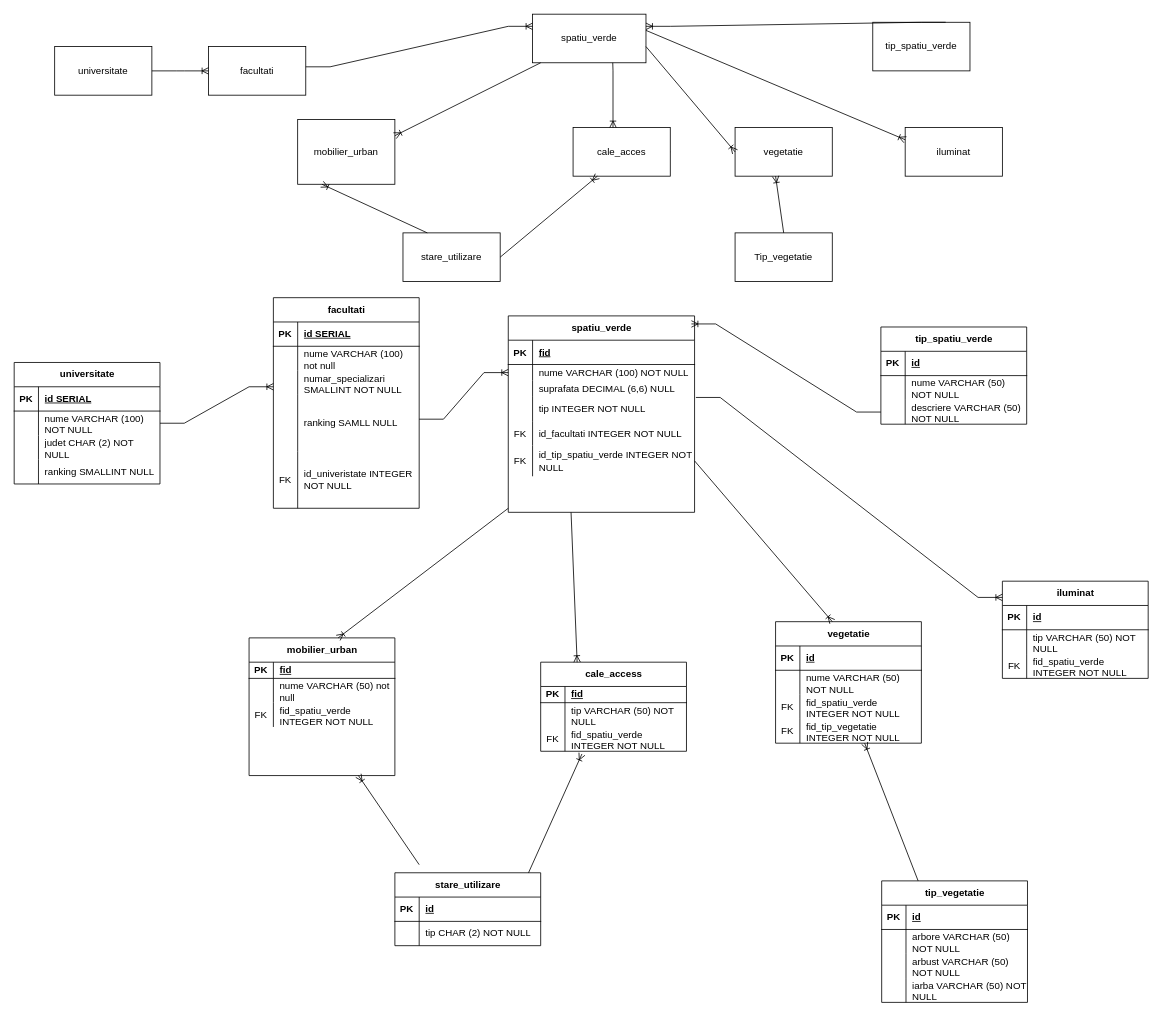
Above: Diagramă fără titlu.drawio in andromeda1991/first_db_project (draw.io), before the change. Source tidied: cells renumbered, new cells numbered last; positions are measured from the earlier drawing's top-left corner, leaving out a move shared by most shapes. Both pictures are drawn from the tidied source at 81%, with x=0, y=0 at pixel (14, 14).
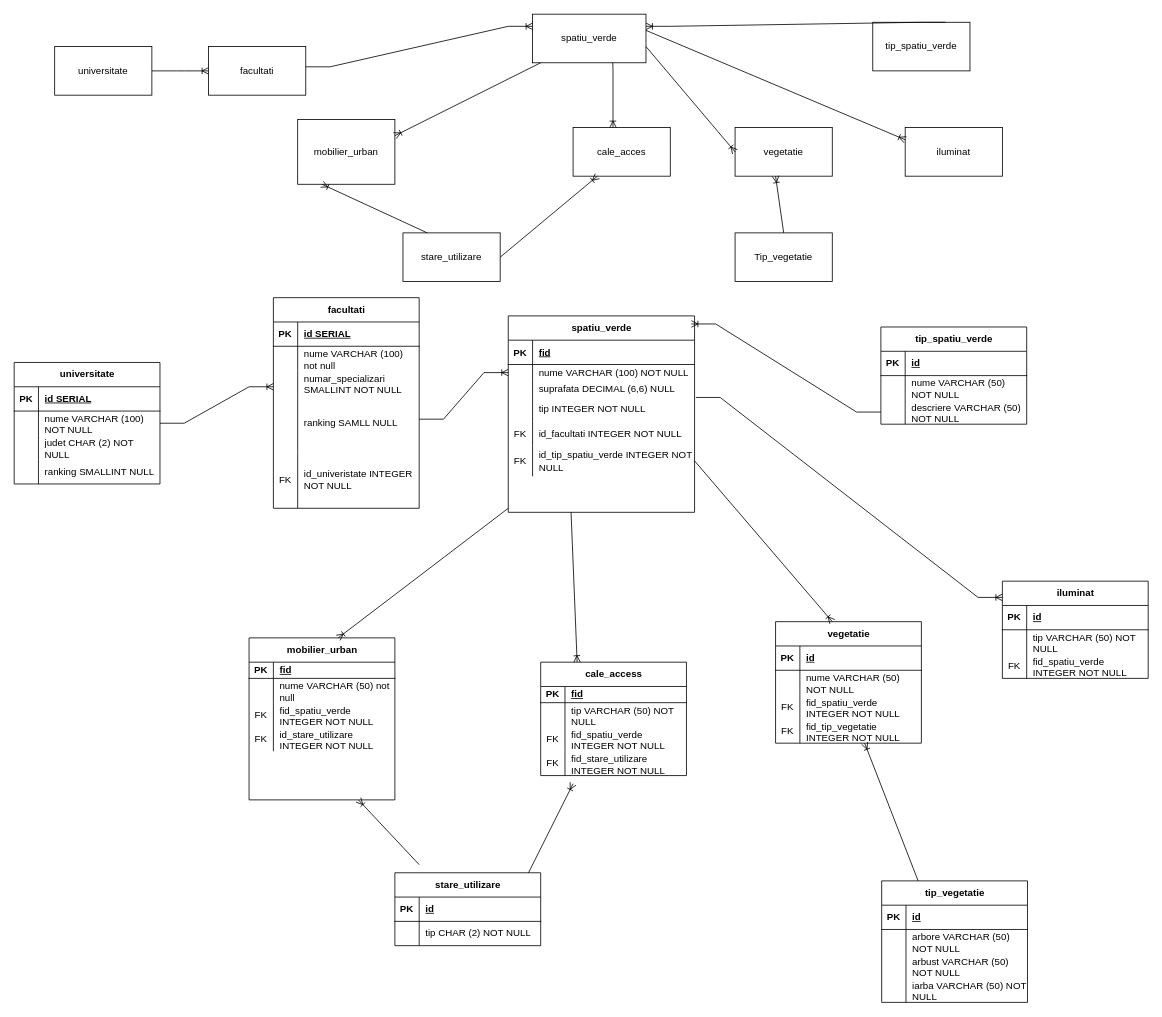
The same page after the edit.

Unchanged cells that the change refers to:
```xml
<mxCell id="97" style="shape=tableRow;horizontal=0;startSize=0;swimlaneHead=0;swimlaneBody=0;fillColor=none;points=[[0,0.5],[1,0.5]];portConstraint=eastwest;top=0;left=0;right=0;bottom=0;" parent="90" vertex="1">
  <mxGeometry y="80" width="180" height="30" as="geometry" />
</mxCell>
```

What changed in the source:
```diff
@@
     <mxCell id="79" value="mobilier_urban" style="shape=table;startSize=30;childLayout=tableLayout;rowLines=0;fontStyle=1;align=center;html=1;" parent="1" vertex="1">
-      <mxGeometry x="290" y="770" width="180" height="170" as="geometry" />
+      <mxGeometry x="290" y="770" width="180" height="200" as="geometry" />
     </mxCell>
@@
+    <mxCell id="154" style="shape=tableRow;horizontal=0;startSize=0;swimlaneHead=0;swimlaneBody=0;fillColor=none;top=0;left=0;right=0;bottom=0;" parent="79" vertex="1">
+      <mxGeometry y="110" width="180" height="30" as="geometry" />
+    </mxCell>
+    <mxCell id="155" value="FK" style="shape=partialRectangle;fillColor=none;top=0;left=0;bottom=0;right=0;overflow=hidden;whiteSpace=wrap;html=1;" parent="154" vertex="1">
+      <mxGeometry width="30" height="30" as="geometry" />
+    </mxCell>
+    <mxCell id="156" value="id_stare_utilizare INTEGER NOT NULL" style="shape=partialRectangle;fillColor=none;top=0;left=0;bottom=0;right=0;align=left;spacingLeft=6;overflow=hidden;whiteSpace=wrap;html=1;" parent="154" vertex="1">
+      <mxGeometry x="30" width="150" height="30" as="geometry" />
+    </mxCell>
@@
     <mxCell id="90" value="cale_access" style="shape=table;startSize=30;childLayout=tableLayout;rowLines=0;fontStyle=1;align=center;html=1;" parent="1" vertex="1">
-      <mxGeometry x="650" y="800" width="180" height="110" as="geometry" />
+      <mxGeometry x="650" y="800" width="180" height="140" as="geometry" />
     </mxCell>
@@
+    <mxCell id="157" style="shape=tableRow;horizontal=0;startSize=0;swimlaneHead=0;swimlaneBody=0;fillColor=none;top=0;left=0;right=0;bottom=0;" parent="90" vertex="1">
+      <mxGeometry y="110" width="180" height="30" as="geometry" />
+    </mxCell>
+    <mxCell id="158" value="FK" style="shape=partialRectangle;fillColor=none;top=0;left=0;bottom=0;right=0;overflow=hidden;whiteSpace=wrap;html=1;" parent="157" vertex="1">
+      <mxGeometry width="30" height="30" as="geometry" />
+    </mxCell>
+    <mxCell id="159" value="fid_stare_utilizare INTEGER NOT NULL" style="shape=partialRectangle;fillColor=none;top=0;left=0;bottom=0;right=0;align=left;spacingLeft=6;overflow=hidden;whiteSpace=wrap;html=1;" parent="157" vertex="1">
+      <mxGeometry x="30" width="150" height="30" as="geometry" />
+    </mxCell>
@@
-    <mxCell id="152" style="fontSize=12;html=1;endArrow=ERoneToMany;rounded=0;entryX=0.283;entryY=1.111;entryDx=0;entryDy=0;entryPerimeter=0;" parent="1" edge="1" target="97">
+    <mxCell id="152" style="fontSize=12;html=1;endArrow=ERoneToMany;rounded=0;" parent="1" edge="1">
       <mxGeometry relative="1" as="geometry">
         <mxPoint x="635" y="1060" as="sourcePoint" />
+        <mxPoint x="690" y="950" as="targetPoint" />
       </mxGeometry>
     </mxCell>
```
